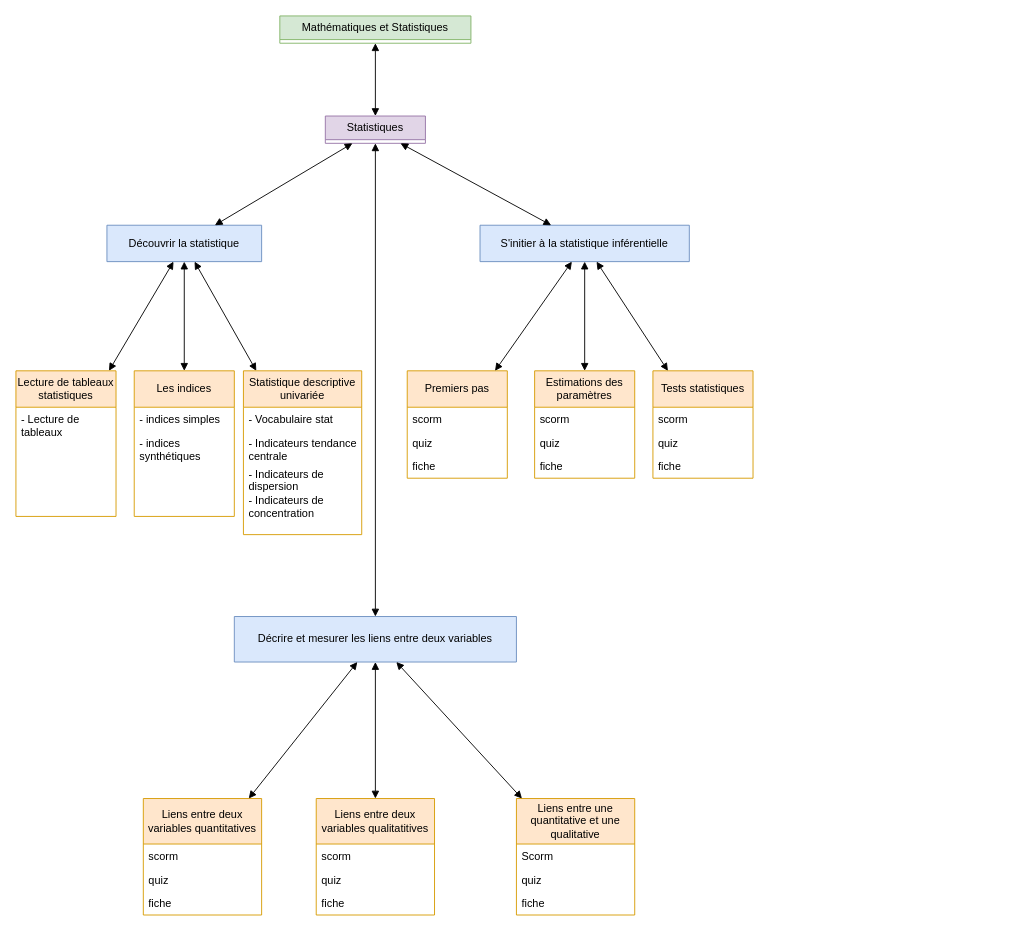
jean-seb-2106/pythontest keeps this draw.io diagram as Statistiques.drawio. Above is the earlier version. Source tidied: cells renumbered, new cells numbered last; positions are measured from the earlier drawing's top-left corner, leaving out a move shared by most shapes. Both pictures are drawn from the tidied source at 91%, with x=0, y=0 at pixel (15, 15).
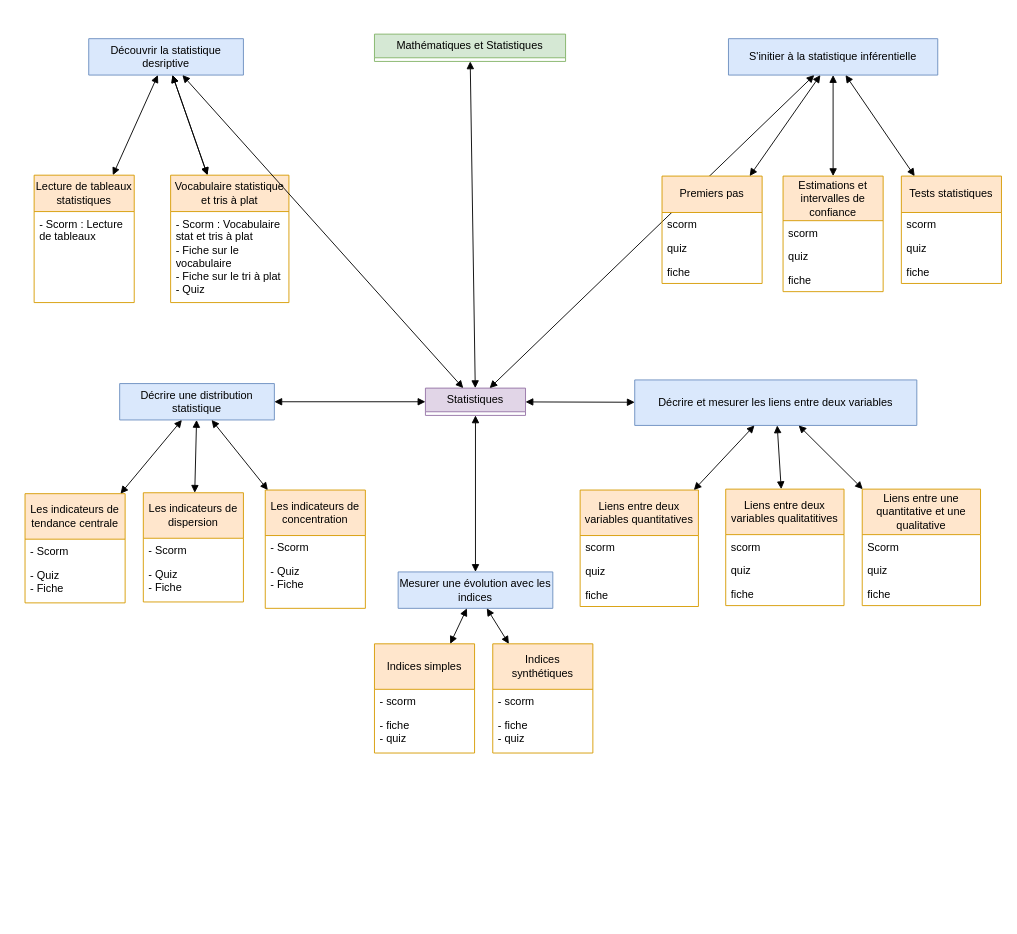
Above is the later version.

Commit message:
Mettre à jour Statistiques.drawio

The edit, as a diff of the source:
```diff
@@
     <mxCell id="2" value="Statistiques" style="swimlane;fontStyle=0;horizontal=1;startSize=26;fillColor=#e1d5e7;whiteSpace=wrap;html=1;strokeColor=#9673a6;" parent="1" vertex="1" collapsed="1">
-      <mxGeometry x="340" y="110" width="110" height="30" as="geometry" />
+      <mxGeometry x="450" y="409" width="110" height="30" as="geometry" />
     </mxCell>
@@
     <mxCell id="4" value="Mathématiques et Statistiques" style="swimlane;fontStyle=0;horizontal=1;startSize=26;fillColor=#d5e8d4;whiteSpace=wrap;html=1;strokeColor=#82b366;" parent="1" vertex="1" collapsed="1">
-      <mxGeometry x="290" width="210" height="30" as="geometry" />
+      <mxGeometry x="394" y="20" width="210" height="30" as="geometry" />
     </mxCell>
-    <mxCell id="5" value="Découvrir la statistique" style="swimlane;fontStyle=0;horizontal=1;startSize=40;fillColor=#dae8fc;whiteSpace=wrap;html=1;strokeColor=#6c8ebf;" parent="1" vertex="1" collapsed="1">
-      <mxGeometry x="100" y="230" width="170" height="40" as="geometry" />
+    <mxCell id="5" value="Découvrir la statistique desriptive" style="swimlane;fontStyle=0;horizontal=1;startSize=40;fillColor=#dae8fc;whiteSpace=wrap;html=1;strokeColor=#6c8ebf;" parent="1" vertex="1" collapsed="1">
+      <mxGeometry x="80" y="25" width="170" height="40" as="geometry" />
     </mxCell>
-    <mxCell id="6" style="endArrow=block;startArrow=block;endFill=1;startFill=1;html=1;rounded=0;" parent="1" edge="1" source="2" target="5">
+    <mxCell id="6" style="endArrow=block;startArrow=block;endFill=1;startFill=1;html=1;rounded=0;" parent="1" edge="1" source="16" target="5">
       <mxGeometry relative="1" as="geometry" />
     </mxCell>
     <mxCell id="7" value="Décrire et mesurer les liens entre deux variables" style="swimlane;fontStyle=0;horizontal=1;startSize=50;fillColor=#dae8fc;whiteSpace=wrap;html=1;strokeColor=#6c8ebf;" parent="1" vertex="1" collapsed="1">
-      <mxGeometry x="240" y="660" width="310" height="50" as="geometry" />
+      <mxGeometry x="680" y="400" width="310" height="50" as="geometry" />
     </mxCell>
     <mxCell id="8" value="S'initier à la statistique inférentielle" style="swimlane;fontStyle=0;horizontal=1;startSize=40;fillColor=#dae8fc;whiteSpace=wrap;html=1;strokeColor=#6c8ebf;" parent="1" vertex="1" collapsed="1">
-      <mxGeometry x="510" y="230" width="230" height="40" as="geometry" />
+      <mxGeometry x="783" y="25" width="230" height="40" as="geometry" />
     </mxCell>
@@
-    <mxCell id="13" style="endArrow=block;startArrow=block;endFill=1;startFill=1;html=1;rounded=0;" parent="1" edge="1" source="5" target="20">
-      <mxGeometry relative="1" as="geometry" />
-    </mxCell>
     <mxCell id="14" value="Lecture de tableaux statistiques" style="swimlane;fontStyle=0;horizontal=1;startSize=40;fillColor=#ffe6cc;whiteSpace=wrap;html=1;strokeColor=#d79b00;" parent="1" vertex="1">
-      <mxGeometry y="390" width="110" height="160" as="geometry" />
+      <mxGeometry x="20" y="175" width="110" height="140" as="geometry" />
     </mxCell>
-    <mxCell id="15" value="- Lecture de tableaux" style="text;strokeColor=none;fillColor=none;align=left;verticalAlign=top;spacingLeft=4;spacingRight=4;overflow=hidden;whiteSpace=wrap;html=1;" parent="14" vertex="1">
-      <mxGeometry y="40" width="110" height="120" as="geometry" />
+    <mxCell id="15" value="- Scorm : Lecture de tableaux" style="text;strokeColor=none;fillColor=none;align=left;verticalAlign=top;spacingLeft=4;spacingRight=4;overflow=hidden;whiteSpace=wrap;html=1;" parent="14" vertex="1">
+      <mxGeometry y="40" width="110" height="100" as="geometry" />
     </mxCell>
-    <mxCell id="16" value="Statistique descriptive univariée" style="swimlane;fontStyle=0;horizontal=1;startSize=40;fillColor=#ffe6cc;whiteSpace=wrap;html=1;strokeColor=#d79b00;" parent="1" vertex="1">
-      <mxGeometry x="250" y="390" width="130" height="180" as="geometry" />
-    </mxCell>
-    <mxCell id="17" value="- Vocabulaire stat" style="text;strokeColor=none;fillColor=none;align=left;verticalAlign=top;spacingLeft=4;spacingRight=4;overflow=hidden;whiteSpace=wrap;html=1;" parent="16" vertex="1">
-      <mxGeometry y="40" width="130" height="26" as="geometry" />
-    </mxCell>
-    <mxCell id="18" value="- Indicateurs tendance centrale" style="text;strokeColor=none;fillColor=none;align=left;verticalAlign=top;spacingLeft=4;spacingRight=4;overflow=hidden;whiteSpace=wrap;html=1;" parent="16" vertex="1">
-      <mxGeometry y="66" width="130" height="34" as="geometry" />
-    </mxCell>
-    <mxCell id="19" value="&lt;div&gt;- Indicateurs de dispersion&lt;/div&gt;&lt;div&gt;- Indicateurs de concentration&lt;br&gt;&lt;/div&gt;&lt;div&gt;&lt;br&gt;&lt;/div&gt;" style="text;strokeColor=none;fillColor=none;align=left;verticalAlign=top;spacingLeft=4;spacingRight=4;overflow=hidden;whiteSpace=wrap;html=1;" parent="16" vertex="1">
-      <mxGeometry y="100" width="130" height="80" as="geometry" />
-    </mxCell>
-    <mxCell id="20" value="Les indices" style="swimlane;fontStyle=0;horizontal=1;startSize=40;fillColor=#ffe6cc;whiteSpace=wrap;html=1;strokeColor=#d79b00;" parent="1" vertex="1">
-      <mxGeometry x="130" y="390" width="110" height="160" as="geometry" />
+    <mxCell id="20" value="Indices simples" style="swimlane;fontStyle=0;horizontal=1;startSize=50;fillColor=#ffe6cc;whiteSpace=wrap;html=1;strokeColor=#d79b00;" parent="1" vertex="1">
+      <mxGeometry x="394" y="690" width="110" height="120" as="geometry" />
     </mxCell>
-    <mxCell id="21" value="- indices simples" style="text;strokeColor=none;fillColor=none;align=left;verticalAlign=top;spacingLeft=4;spacingRight=4;overflow=hidden;whiteSpace=wrap;html=1;" parent="20" vertex="1">
-      <mxGeometry y="40" width="110" height="26" as="geometry" />
+    <mxCell id="21" value="- scorm" style="text;strokeColor=none;fillColor=none;align=left;verticalAlign=top;spacingLeft=4;spacingRight=4;overflow=hidden;whiteSpace=wrap;html=1;" parent="20" vertex="1">
+      <mxGeometry y="50" width="110" height="26" as="geometry" />
     </mxCell>
-    <mxCell id="22" value="- indices synthétiques" style="text;strokeColor=none;fillColor=none;align=left;verticalAlign=top;spacingLeft=4;spacingRight=4;overflow=hidden;whiteSpace=wrap;html=1;" parent="20" vertex="1">
-      <mxGeometry y="66" width="110" height="94" as="geometry" />
+    <mxCell id="22" value="&lt;div&gt;- fiche&lt;/div&gt;&lt;div&gt;- quiz&lt;br&gt;&lt;/div&gt;" style="text;strokeColor=none;fillColor=none;align=left;verticalAlign=top;spacingLeft=4;spacingRight=4;overflow=hidden;whiteSpace=wrap;html=1;" parent="20" vertex="1">
+      <mxGeometry y="76" width="110" height="44" as="geometry" />
     </mxCell>
     <mxCell id="23" value="Liens entre deux variables quantitatives" style="swimlane;fontStyle=0;horizontal=1;startSize=50;fillColor=#ffe6cc;whiteSpace=wrap;html=1;strokeColor=#d79b00;" parent="1" vertex="1">
-      <mxGeometry x="140" y="860" width="130" height="128" as="geometry" />
+      <mxGeometry x="620" y="521" width="130" height="128" as="geometry" />
     </mxCell>
@@
     <mxCell id="27" value="Liens entre deux variables qualitatitives" style="swimlane;fontStyle=0;horizontal=1;startSize=50;fillColor=#ffe6cc;whiteSpace=wrap;html=1;strokeColor=#d79b00;" parent="1" vertex="1">
-      <mxGeometry x="330" y="860" width="130" height="128" as="geometry" />
+      <mxGeometry x="780" y="520" width="130" height="128" as="geometry" />
     </mxCell>
@@
     <mxCell id="31" value="Liens entre une quantitative et une qualitative" style="swimlane;fontStyle=0;horizontal=1;startSize=50;fillColor=#ffe6cc;whiteSpace=wrap;html=1;strokeColor=#d79b00;" parent="1" vertex="1">
-      <mxGeometry x="550" y="860" width="130" height="128" as="geometry" />
+      <mxGeometry x="930" y="520" width="130" height="128" as="geometry" />
     </mxCell>
@@
     <mxCell id="38" value="Premiers pas" style="swimlane;fontStyle=0;horizontal=1;startSize=40;fillColor=#ffe6cc;whiteSpace=wrap;html=1;strokeColor=#d79b00;" parent="1" vertex="1">
-      <mxGeometry x="430" y="390" width="110" height="118" as="geometry" />
+      <mxGeometry x="710" y="176" width="110" height="118" as="geometry" />
     </mxCell>
@@
-    <mxCell id="42" value="Estimations des paramètres" style="swimlane;fontStyle=0;horizontal=1;startSize=40;fillColor=#ffe6cc;whiteSpace=wrap;html=1;strokeColor=#d79b00;" parent="1" vertex="1">
-      <mxGeometry x="570" y="390" width="110" height="118" as="geometry" />
+    <mxCell id="42" value="Estimations et intervalles de confiance" style="swimlane;fontStyle=0;horizontal=1;startSize=49;fillColor=#ffe6cc;whiteSpace=wrap;html=1;strokeColor=#d79b00;" parent="1" vertex="1">
+      <mxGeometry x="843" y="176" width="110" height="127" as="geometry" />
     </mxCell>
     <mxCell id="43" value="scorm" style="text;strokeColor=none;fillColor=none;align=left;verticalAlign=top;spacingLeft=4;spacingRight=4;overflow=hidden;whiteSpace=wrap;html=1;" parent="42" vertex="1">
-      <mxGeometry y="40" width="110" height="26" as="geometry" />
+      <mxGeometry y="49" width="110" height="26" as="geometry" />
     </mxCell>
     <mxCell id="44" value="quiz" style="text;strokeColor=none;fillColor=none;align=left;verticalAlign=top;spacingLeft=4;spacingRight=4;overflow=hidden;whiteSpace=wrap;html=1;" parent="42" vertex="1">
-      <mxGeometry y="66" width="110" height="26" as="geometry" />
+      <mxGeometry y="75" width="110" height="26" as="geometry" />
     </mxCell>
     <mxCell id="45" value="fiche" style="text;strokeColor=none;fillColor=none;align=left;verticalAlign=top;spacingLeft=4;spacingRight=4;overflow=hidden;whiteSpace=wrap;html=1;" parent="42" vertex="1">
-      <mxGeometry y="92" width="110" height="26" as="geometry" />
+      <mxGeometry y="101" width="110" height="26" as="geometry" />
     </mxCell>
     <mxCell id="46" value="Tests statistiques" style="swimlane;fontStyle=0;horizontal=1;startSize=40;fillColor=#ffe6cc;whiteSpace=wrap;html=1;strokeColor=#d79b00;" parent="1" vertex="1">
-      <mxGeometry x="700" y="390" width="110" height="118" as="geometry" />
+      <mxGeometry x="973" y="176" width="110" height="118" as="geometry" />
     </mxCell>
@@
+    <mxCell id="53" value="Décrire une distribution statistique" style="swimlane;fontStyle=0;horizontal=1;startSize=40;fillColor=#dae8fc;whiteSpace=wrap;html=1;strokeColor=#6c8ebf;" parent="1" vertex="1" collapsed="1">
+      <mxGeometry x="114" y="404" width="170" height="40" as="geometry" />
+    </mxCell>
+    <mxCell id="54" value="Les indicateurs de tendance centrale" style="swimlane;fontStyle=0;horizontal=1;startSize=50;fillColor=#ffe6cc;whiteSpace=wrap;html=1;strokeColor=#d79b00;" parent="1" vertex="1">
+      <mxGeometry x="10" y="525" width="110" height="120" as="geometry" />
+    </mxCell>
+    <mxCell id="55" value="- Scorm" style="text;strokeColor=none;fillColor=none;align=left;verticalAlign=top;spacingLeft=4;spacingRight=4;overflow=hidden;whiteSpace=wrap;html=1;" parent="54" vertex="1">
+      <mxGeometry y="50" width="110" height="26" as="geometry" />
+    </mxCell>
+    <mxCell id="56" value="&lt;div&gt;- Quiz&lt;/div&gt;&lt;div&gt;- Fiche&lt;br&gt;&lt;/div&gt;" style="text;strokeColor=none;fillColor=none;align=left;verticalAlign=top;spacingLeft=4;spacingRight=4;overflow=hidden;whiteSpace=wrap;html=1;" parent="54" vertex="1">
+      <mxGeometry y="76" width="110" height="44" as="geometry" />
+    </mxCell>
+    <mxCell id="57" value="Les indicateurs de dispersion" style="swimlane;fontStyle=0;horizontal=1;startSize=50;fillColor=#ffe6cc;whiteSpace=wrap;html=1;strokeColor=#d79b00;" parent="1" vertex="1">
+      <mxGeometry x="140" y="524" width="110" height="120" as="geometry" />
+    </mxCell>
+    <mxCell id="58" value="- Scorm" style="text;strokeColor=none;fillColor=none;align=left;verticalAlign=top;spacingLeft=4;spacingRight=4;overflow=hidden;whiteSpace=wrap;html=1;" parent="57" vertex="1">
+      <mxGeometry y="50" width="110" height="26" as="geometry" />
+    </mxCell>
+    <mxCell id="59" value="&lt;div&gt;- Quiz&lt;/div&gt;&lt;div&gt;- Fiche&lt;br&gt;&lt;/div&gt;" style="text;strokeColor=none;fillColor=none;align=left;verticalAlign=top;spacingLeft=4;spacingRight=4;overflow=hidden;whiteSpace=wrap;html=1;" parent="57" vertex="1">
+      <mxGeometry y="76" width="110" height="44" as="geometry" />
+    </mxCell>
+    <mxCell id="60" value="Les indicateurs de concentration" style="swimlane;fontStyle=0;horizontal=1;startSize=50;fillColor=#ffe6cc;whiteSpace=wrap;html=1;strokeColor=#d79b00;" parent="1" vertex="1">
+      <mxGeometry x="274" y="521" width="110" height="130" as="geometry" />
+    </mxCell>
+    <mxCell id="61" value="- Scorm" style="text;strokeColor=none;fillColor=none;align=left;verticalAlign=top;spacingLeft=4;spacingRight=4;overflow=hidden;whiteSpace=wrap;html=1;" parent="60" vertex="1">
+      <mxGeometry y="50" width="110" height="26" as="geometry" />
+    </mxCell>
+    <mxCell id="62" value="&lt;div&gt;- Quiz&lt;/div&gt;&lt;div&gt;- Fiche&lt;br&gt;&lt;/div&gt;" style="text;strokeColor=none;fillColor=none;align=left;verticalAlign=top;spacingLeft=4;spacingRight=4;overflow=hidden;whiteSpace=wrap;html=1;" parent="60" vertex="1">
+      <mxGeometry y="76" width="110" height="54" as="geometry" />
+    </mxCell>
+    <mxCell id="63" style="endArrow=block;startArrow=block;endFill=1;startFill=1;html=1;rounded=0;" parent="1" edge="1" source="54" target="53">
+      <mxGeometry relative="1" as="geometry" />
+    </mxCell>
+    <mxCell id="64" style="endArrow=block;startArrow=block;endFill=1;startFill=1;html=1;rounded=0;" parent="1" edge="1" source="57" target="53">
+      <mxGeometry relative="1" as="geometry" />
+    </mxCell>
+    <mxCell id="65" style="endArrow=block;startArrow=block;endFill=1;startFill=1;html=1;rounded=0;" parent="1" edge="1" source="60" target="53">
+      <mxGeometry relative="1" as="geometry" />
+    </mxCell>
+    <mxCell id="16" value="Vocabulaire statistique et tris à plat" style="swimlane;fontStyle=0;horizontal=1;startSize=40;fillColor=#ffe6cc;whiteSpace=wrap;html=1;strokeColor=#d79b00;" parent="1" vertex="1">
+      <mxGeometry x="170" y="175" width="130" height="140" as="geometry" />
+    </mxCell>
+    <mxCell id="17" value="&lt;div&gt;- Scorm : Vocabulaire stat et tris à plat&lt;/div&gt;&lt;div&gt;- Fiche sur le vocabulaire&lt;/div&gt;&lt;div&gt;- Fiche sur le tri à plat&lt;/div&gt;&lt;div&gt;- Quiz&lt;br&gt;&lt;/div&gt;" style="text;strokeColor=none;fillColor=none;align=left;verticalAlign=top;spacingLeft=4;spacingRight=4;overflow=hidden;whiteSpace=wrap;html=1;" parent="16" vertex="1">
+      <mxGeometry y="40" width="130" height="100" as="geometry" />
+    </mxCell>
+    <mxCell id="66" style="endArrow=block;startArrow=block;endFill=1;startFill=1;html=1;rounded=0;" parent="1" edge="1" source="5" target="2">
+      <mxGeometry relative="1" as="geometry" />
+    </mxCell>
+    <mxCell id="67" style="endArrow=block;startArrow=block;endFill=1;startFill=1;html=1;rounded=0;" parent="1" edge="1" source="2" target="53">
+      <mxGeometry relative="1" as="geometry" />
+    </mxCell>
+    <mxCell id="68" value="Indices synthétiques" style="swimlane;fontStyle=0;horizontal=1;startSize=50;fillColor=#ffe6cc;whiteSpace=wrap;html=1;strokeColor=#d79b00;" parent="1" vertex="1">
+      <mxGeometry x="524" y="690" width="110" height="120" as="geometry" />
+    </mxCell>
+    <mxCell id="69" value="- scorm" style="text;strokeColor=none;fillColor=none;align=left;verticalAlign=top;spacingLeft=4;spacingRight=4;overflow=hidden;whiteSpace=wrap;html=1;" parent="68" vertex="1">
+      <mxGeometry y="50" width="110" height="26" as="geometry" />
+    </mxCell>
+    <mxCell id="70" value="&lt;div&gt;- fiche&lt;/div&gt;&lt;div&gt;- quiz&lt;br&gt;&lt;/div&gt;" style="text;strokeColor=none;fillColor=none;align=left;verticalAlign=top;spacingLeft=4;spacingRight=4;overflow=hidden;whiteSpace=wrap;html=1;" parent="68" vertex="1">
+      <mxGeometry y="76" width="110" height="44" as="geometry" />
+    </mxCell>
+    <mxCell id="71" value="Mesurer une évolution avec les indices" style="swimlane;fontStyle=0;horizontal=1;startSize=40;fillColor=#dae8fc;whiteSpace=wrap;html=1;strokeColor=#6c8ebf;" parent="1" vertex="1" collapsed="1">
+      <mxGeometry x="420" y="611" width="170" height="40" as="geometry" />
+    </mxCell>
+    <mxCell id="72" style="endArrow=block;startArrow=block;endFill=1;startFill=1;html=1;rounded=0;" parent="1" edge="1" source="20" target="71">
+      <mxGeometry relative="1" as="geometry" />
+    </mxCell>
+    <mxCell id="73" style="endArrow=block;startArrow=block;endFill=1;startFill=1;html=1;rounded=0;" parent="1" edge="1" source="68" target="71">
+      <mxGeometry relative="1" as="geometry" />
+    </mxCell>
+    <mxCell id="74" style="endArrow=block;startArrow=block;endFill=1;startFill=1;html=1;rounded=0;" parent="1" edge="1" source="2" target="71">
+      <mxGeometry relative="1" as="geometry" />
+    </mxCell>
```
